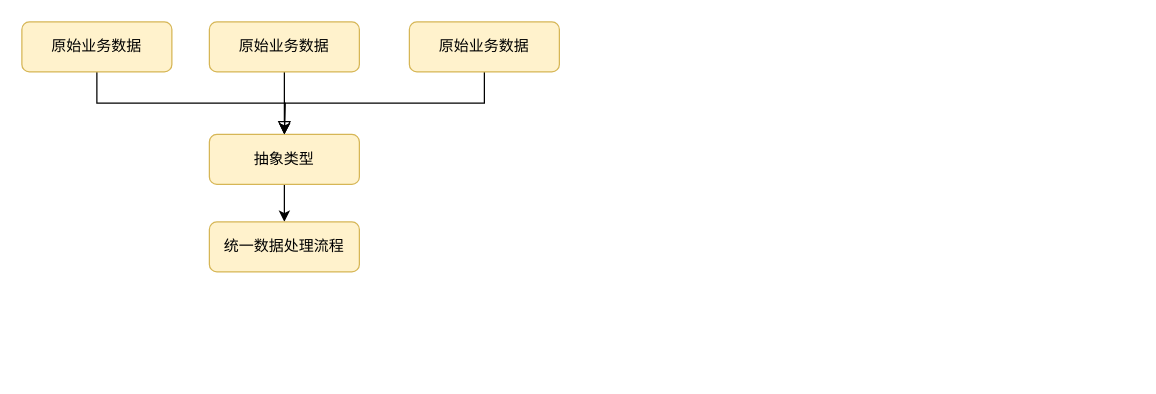
The draw.io diagram assets/img/Untitled Diagram.drawio in jayzhou215/jayzhou215.github.io, before the edit. Source tidied: cells renumbered, new cells numbered last; positions are measured from the earlier drawing's top-left corner, leaving out a move shared by most shapes. Both pictures are drawn from the tidied source at 125%, with x=0, y=0 at pixel (21, 21).
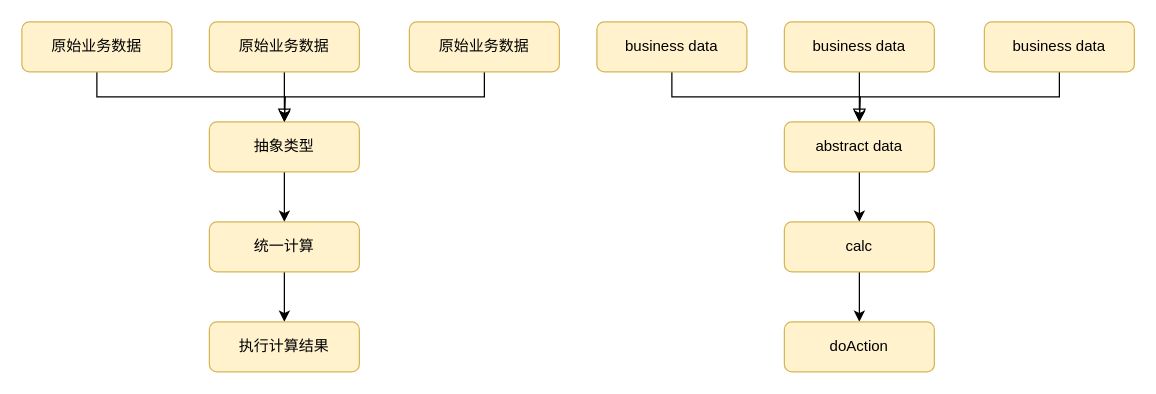
After the change.

The change refers to these unchanged cells:
```xml
<mxCell id="7" value="原始业务数据" style="rounded=1;whiteSpace=wrap;html=1;fontSize=12;glass=0;strokeWidth=1;shadow=0;fillColor=#fff2cc;strokeColor=#d6b656;" parent="1" vertex="1">
  <mxGeometry x="310" width="120" height="40" as="geometry" />
</mxCell>
<mxCell id="9" value="原始业务数据" style="rounded=1;whiteSpace=wrap;html=1;fontSize=12;glass=0;strokeWidth=1;shadow=0;fillColor=#fff2cc;strokeColor=#d6b656;" parent="1" vertex="1">
  <mxGeometry width="120" height="40" as="geometry" />
</mxCell>
```

The edit, as a diff of the source:
```diff
@@
+    <mxCell id="11" style="edgeStyle=orthogonalEdgeStyle;rounded=0;jettySize=auto;html=1;entryX=0.5;entryY=0;entryDx=0;entryDy=0;" parent="1" edge="1" target="5">
+      <mxGeometry relative="1" as="geometry">
+        <mxPoint x="210" y="80" as="sourcePoint" />
+      </mxGeometry>
+    </mxCell>
     <mxCell id="5" value="抽象类型" style="rounded=1;whiteSpace=wrap;html=1;fontSize=12;glass=0;strokeWidth=1;shadow=0;fillColor=#fff2cc;strokeColor=#d6b656;" parent="1" vertex="1">
-      <mxGeometry x="150" y="90" width="120" height="40" as="geometry" />
+      <mxGeometry x="150" y="80" width="120" height="40" as="geometry" />
     </mxCell>
     <mxCell id="6" style="edgeStyle=orthogonalEdgeStyle;rounded=0;jettySize=auto;html=1;exitX=0.5;exitY=1;exitDx=0;exitDy=0;" parent="1" edge="1" source="7">
       <mxGeometry relative="1" as="geometry">
-        <mxPoint x="210" y="90" as="targetPoint" />
+        <mxPoint x="210" y="80" as="targetPoint" />
       </mxGeometry>
     </mxCell>
@@
     <mxCell id="8" style="edgeStyle=orthogonalEdgeStyle;rounded=0;jettySize=auto;html=1;exitX=0.5;exitY=1;exitDx=0;exitDy=0;" parent="1" edge="1" source="9">
       <mxGeometry relative="1" as="geometry">
-        <mxPoint x="210" y="90" as="targetPoint" />
+        <mxPoint x="210" y="80" as="targetPoint" />
       </mxGeometry>
     </mxCell>
@@
+    <mxCell id="12" style="edgeStyle=orthogonalEdgeStyle;rounded=0;jettySize=auto;html=1;exitX=0.5;exitY=1;exitDx=0;exitDy=0;entryX=0.5;entryY=0;entryDx=0;entryDy=0;" parent="1" edge="1" source="10" target="13">
+      <mxGeometry relative="1" as="geometry" />
+    </mxCell>
-    <mxCell id="10" value="统一数据处理流程" style="rounded=1;whiteSpace=wrap;html=1;fontSize=12;glass=0;strokeWidth=1;shadow=0;fillColor=#fff2cc;strokeColor=#d6b656;" parent="1" vertex="1">
+    <mxCell id="10" value="统一计算" style="rounded=1;whiteSpace=wrap;html=1;fontSize=12;glass=0;strokeWidth=1;shadow=0;fillColor=#fff2cc;strokeColor=#d6b656;" parent="1" vertex="1">
       <mxGeometry x="150" y="160" width="120" height="40" as="geometry" />
     </mxCell>
+    <mxCell id="13" value="执行计算结果" style="rounded=1;whiteSpace=wrap;html=1;fontSize=12;glass=0;strokeWidth=1;shadow=0;fillColor=#fff2cc;strokeColor=#d6b656;" parent="1" vertex="1">
+      <mxGeometry x="150" y="240" width="120" height="40" as="geometry" />
+    </mxCell>
+    <mxCell id="14" style="rounded=0;html=1;jettySize=auto;fontSize=11;endArrow=block;endFill=0;endSize=8;strokeWidth=1;shadow=0;labelBackgroundColor=none;edgeStyle=orthogonalEdgeStyle;" parent="1" edge="1" source="15" target="18">
+      <mxGeometry relative="1" as="geometry" />
+    </mxCell>
+    <mxCell id="15" value="business data" style="rounded=1;whiteSpace=wrap;html=1;fontSize=12;glass=0;strokeWidth=1;shadow=0;fillColor=#fff2cc;strokeColor=#d6b656;" parent="1" vertex="1">
+      <mxGeometry x="610" width="120" height="40" as="geometry" />
+    </mxCell>
+    <mxCell id="16" style="edgeStyle=orthogonalEdgeStyle;rounded=0;jettySize=auto;html=1;exitX=0.5;exitY=1;exitDx=0;exitDy=0;" parent="1" edge="1" source="18" target="24">
+      <mxGeometry relative="1" as="geometry" />
+    </mxCell>
+    <mxCell id="17" style="edgeStyle=orthogonalEdgeStyle;rounded=0;jettySize=auto;html=1;entryX=0.5;entryY=0;entryDx=0;entryDy=0;" parent="1" edge="1" target="18">
+      <mxGeometry relative="1" as="geometry">
+        <mxPoint x="670" y="80" as="sourcePoint" />
+      </mxGeometry>
+    </mxCell>
+    <mxCell id="18" value="abstract data" style="rounded=1;whiteSpace=wrap;html=1;fontSize=12;glass=0;strokeWidth=1;shadow=0;fillColor=#fff2cc;strokeColor=#d6b656;" parent="1" vertex="1">
+      <mxGeometry x="610" y="80" width="120" height="40" as="geometry" />
+    </mxCell>
+    <mxCell id="19" style="edgeStyle=orthogonalEdgeStyle;rounded=0;jettySize=auto;html=1;exitX=0.5;exitY=1;exitDx=0;exitDy=0;" parent="1" edge="1" source="20">
+      <mxGeometry relative="1" as="geometry">
+        <mxPoint x="670" y="80" as="targetPoint" />
+      </mxGeometry>
+    </mxCell>
+    <mxCell id="20" value="business data" style="rounded=1;whiteSpace=wrap;html=1;fontSize=12;glass=0;strokeWidth=1;shadow=0;fillColor=#fff2cc;strokeColor=#d6b656;" parent="1" vertex="1">
+      <mxGeometry x="770" width="120" height="40" as="geometry" />
+    </mxCell>
+    <mxCell id="21" style="edgeStyle=orthogonalEdgeStyle;rounded=0;jettySize=auto;html=1;exitX=0.5;exitY=1;exitDx=0;exitDy=0;" parent="1" edge="1" source="22">
+      <mxGeometry relative="1" as="geometry">
+        <mxPoint x="670" y="80" as="targetPoint" />
+      </mxGeometry>
+    </mxCell>
+    <mxCell id="22" value="business data" style="rounded=1;whiteSpace=wrap;html=1;fontSize=12;glass=0;strokeWidth=1;shadow=0;fillColor=#fff2cc;strokeColor=#d6b656;" parent="1" vertex="1">
+      <mxGeometry x="460" width="120" height="40" as="geometry" />
+    </mxCell>
+    <mxCell id="23" style="edgeStyle=orthogonalEdgeStyle;rounded=0;jettySize=auto;html=1;exitX=0.5;exitY=1;exitDx=0;exitDy=0;entryX=0.5;entryY=0;entryDx=0;entryDy=0;" parent="1" edge="1" source="24" target="25">
+      <mxGeometry relative="1" as="geometry" />
+    </mxCell>
+    <mxCell id="24" value="calc" style="rounded=1;whiteSpace=wrap;html=1;fontSize=12;glass=0;strokeWidth=1;shadow=0;fillColor=#fff2cc;strokeColor=#d6b656;" parent="1" vertex="1">
+      <mxGeometry x="610" y="160" width="120" height="40" as="geometry" />
+    </mxCell>
+    <mxCell id="25" value="doAction" style="rounded=1;whiteSpace=wrap;html=1;fontSize=12;glass=0;strokeWidth=1;shadow=0;fillColor=#fff2cc;strokeColor=#d6b656;" parent="1" vertex="1">
+      <mxGeometry x="610" y="240" width="120" height="40" as="geometry" />
+    </mxCell>
```
